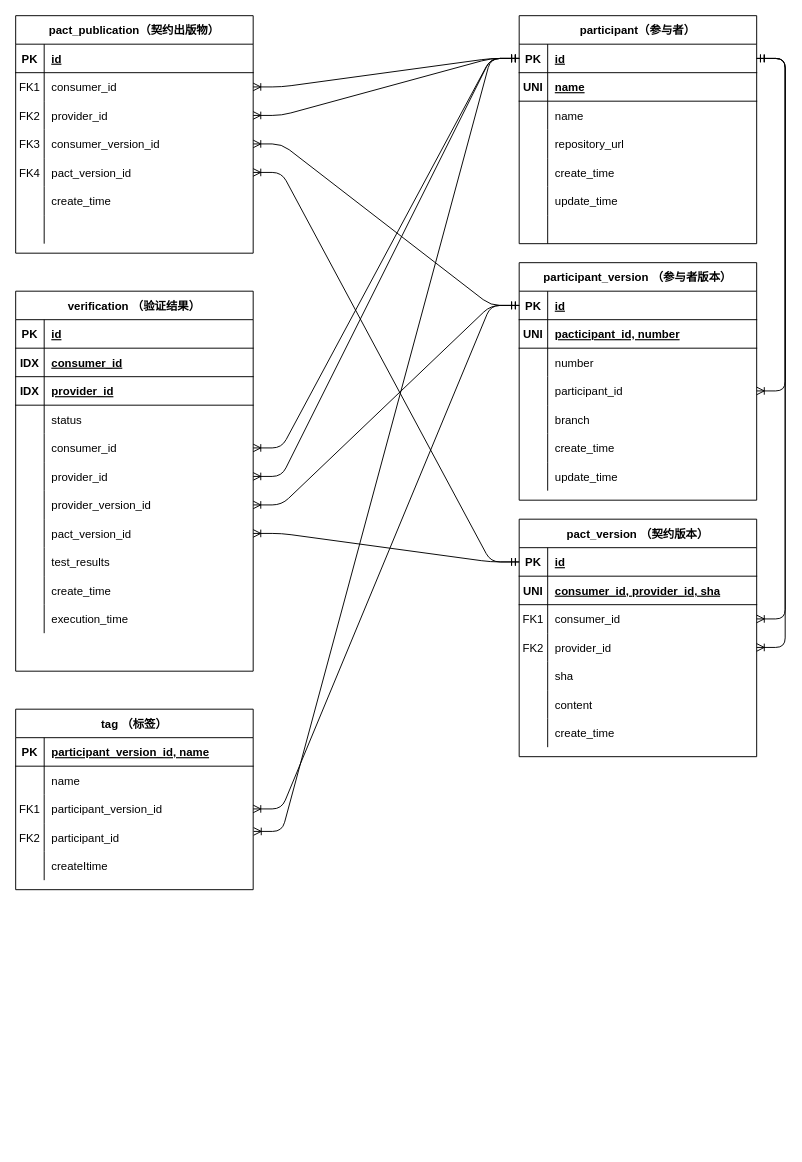
Before: pact.drawio in panda-win/pact, a draw.io diagram. Source tidied: cells renumbered, new cells numbered last; positions are measured from the earlier drawing's top-left corner, leaving out a move shared by most shapes. Both pictures are drawn from the tidied source at 95%, with x=0, y=0 at pixel (15, 15).
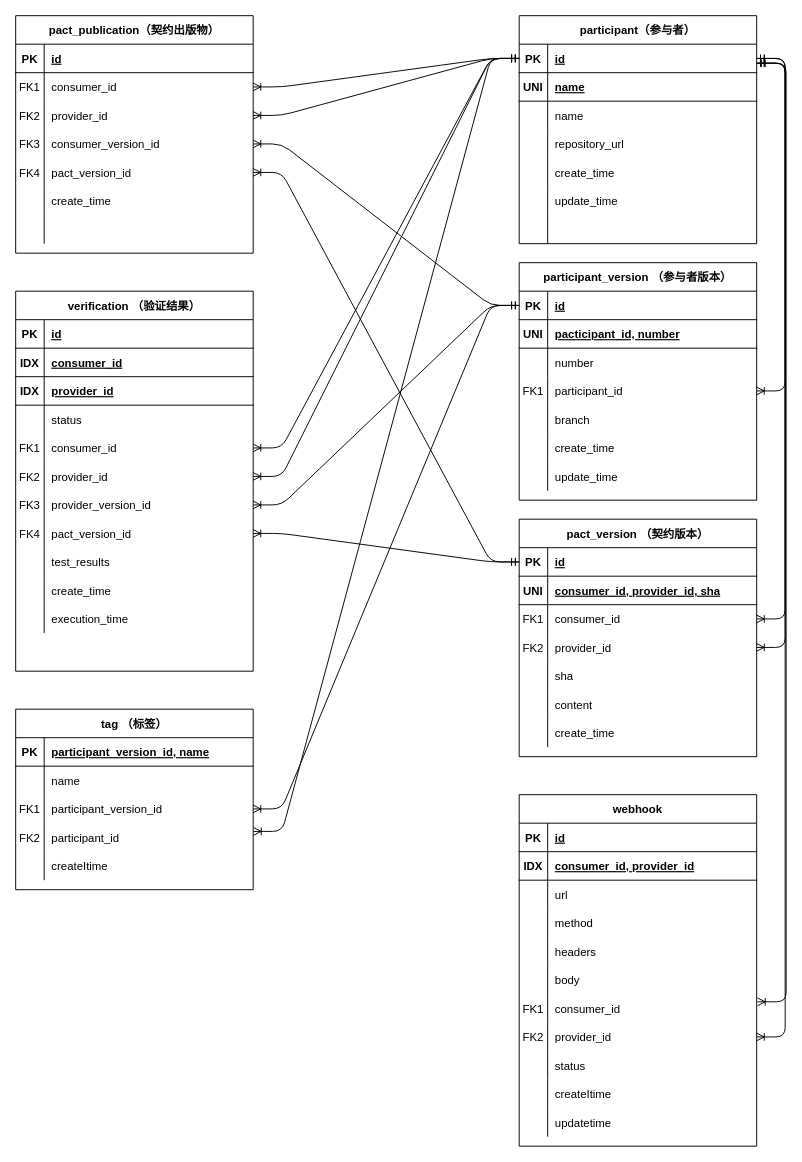
After the change.

Unchanged cells that the change refers to:
```xml
<mxCell id="34" style="shape=partialRectangle;fillColor=none;points=[[0,0.5],[1,0.5]];portConstraint=eastwest;top=0;left=0;right=0;bottom=0;" parent="24" vertex="1">
  <mxGeometry y="120" width="250" height="30" as="geometry" />
</mxCell>
<mxCell id="47" style="shape=partialRectangle;fillColor=none;points=[[0,0.5],[1,0.5]];portConstraint=eastwest;top=0;left=0;right=0;bottom=1;" parent="46" vertex="1">
  <mxGeometry y="30" width="250" height="30" as="geometry" />
</mxCell>
<mxCell id="108" style="shape=partialRectangle;fillColor=none;top=0;left=0;bottom=0;right=0;points=[[0,0.5],[1,0.5]];portConstraint=eastwest;" parent="95" vertex="1">
  <mxGeometry y="150" width="250" height="30" as="geometry" />
</mxCell>
<mxCell id="111" style="shape=partialRectangle;fillColor=none;top=0;left=0;bottom=0;right=0;points=[[0,0.5],[1,0.5]];portConstraint=eastwest;" parent="95" vertex="1">
  <mxGeometry y="180" width="250" height="30" as="geometry" />
</mxCell>
<mxCell id="114" style="shape=partialRectangle;fillColor=none;top=0;left=0;bottom=0;right=0;points=[[0,0.5],[1,0.5]];portConstraint=eastwest;" parent="95" vertex="1">
  <mxGeometry y="210" width="250" height="30" as="geometry" />
</mxCell>
<mxCell id="117" style="shape=partialRectangle;fillColor=none;top=0;left=0;bottom=0;right=0;points=[[0,0.5],[1,0.5]];portConstraint=eastwest;" parent="95" vertex="1">
  <mxGeometry y="240" width="250" height="30" as="geometry" />
</mxCell>
```

Diff of the diagram source:
```diff
@@
-    <mxCell id="35" style="shape=partialRectangle;overflow=hidden;fillColor=none;top=0;left=0;bottom=0;right=0;" parent="34" vertex="1">
+    <mxCell id="35" value="FK1" style="shape=partialRectangle;overflow=hidden;fillColor=none;top=0;left=0;bottom=0;right=0;" parent="34" vertex="1">
       <mxGeometry width="30" height="30" as="geometry" />
     </mxCell>
@@
-    <mxCell id="109" style="shape=partialRectangle;fillColor=none;top=0;left=0;bottom=0;right=0;overflow=hidden;" parent="108" vertex="1">
+    <mxCell id="109" value="FK1" style="shape=partialRectangle;fillColor=none;top=0;left=0;bottom=0;right=0;overflow=hidden;" parent="108" vertex="1">
       <mxGeometry width="30" height="30" as="geometry" />
     </mxCell>
@@
-    <mxCell id="112" style="shape=partialRectangle;fillColor=none;top=0;left=0;bottom=0;right=0;overflow=hidden;" parent="111" vertex="1">
+    <mxCell id="112" value="FK2" style="shape=partialRectangle;fillColor=none;top=0;left=0;bottom=0;right=0;overflow=hidden;" parent="111" vertex="1">
       <mxGeometry width="30" height="30" as="geometry" />
     </mxCell>
@@
-    <mxCell id="115" style="shape=partialRectangle;fillColor=none;top=0;left=0;bottom=0;right=0;overflow=hidden;" parent="114" vertex="1">
+    <mxCell id="115" value="FK3" style="shape=partialRectangle;fillColor=none;top=0;left=0;bottom=0;right=0;overflow=hidden;" parent="114" vertex="1">
       <mxGeometry width="30" height="30" as="geometry" />
     </mxCell>
@@
-    <mxCell id="118" style="shape=partialRectangle;fillColor=none;top=0;left=0;bottom=0;right=0;overflow=hidden;" parent="117" vertex="1">
+    <mxCell id="118" value="FK4" style="shape=partialRectangle;fillColor=none;top=0;left=0;bottom=0;right=0;overflow=hidden;" parent="117" vertex="1">
       <mxGeometry width="30" height="30" as="geometry" />
     </mxCell>
@@
-    <mxCell id="132" style="edgeStyle=entityRelationEdgeStyle;fontSize=12;html=1;endArrow=ERoneToMany;startArrow=ERmandOne;entryX=1;entryY=0.5;entryDx=0;entryDy=0;exitX=1;exitY=0.5;exitDx=0;exitDy=0;" parent="1" edge="1" source="47" target="34">
-      <mxGeometry relative="1" as="geometry" />
+    <mxCell id="132" style="edgeStyle=entityRelationEdgeStyle;fontSize=12;html=1;endArrow=ERoneToMany;startArrow=ERmandOne;entryX=1;entryY=0.5;entryDx=0;entryDy=0;" parent="1" edge="1" target="34">
+      <mxGeometry relative="1" as="geometry">
+        <mxPoint x="780" y="50" as="sourcePoint" />
+      </mxGeometry>
     </mxCell>
@@
+    <mxCell id="153" value="webhook" style="shape=table;startSize=30;childLayout=tableLayout;rowLines=0;fontStyle=1;align=center;" parent="1" vertex="1">
+      <mxGeometry x="530" y="820" width="250" height="370" as="geometry" />
+    </mxCell>
+    <mxCell id="154" style="shape=partialRectangle;fillColor=none;top=0;left=0;bottom=1;right=0;" parent="153" vertex="1">
+      <mxGeometry y="30" width="250" height="30" as="geometry" />
+    </mxCell>
+    <mxCell id="155" value="PK" style="shape=partialRectangle;fillColor=none;top=0;left=0;bottom=0;right=0;fontStyle=1;overflow=hidden;" parent="154" vertex="1">
+      <mxGeometry width="30" height="30" as="geometry" />
+    </mxCell>
+    <mxCell id="156" value="id" style="shape=partialRectangle;fillColor=none;top=0;left=0;bottom=0;right=0;align=left;spacingLeft=6;fontStyle=5;overflow=hidden;" parent="154" vertex="1">
+      <mxGeometry x="30" width="220" height="30" as="geometry" />
+    </mxCell>
+    <mxCell id="157" style="shape=partialRectangle;fillColor=none;top=0;left=0;bottom=1;right=0;" parent="153" vertex="1">
+      <mxGeometry y="60" width="250" height="30" as="geometry" />
+    </mxCell>
+    <mxCell id="158" value="IDX" style="shape=partialRectangle;fillColor=none;top=0;left=0;bottom=0;right=0;fontStyle=1;overflow=hidden;" parent="157" vertex="1">
+      <mxGeometry width="30" height="30" as="geometry" />
+    </mxCell>
+    <mxCell id="159" value="consumer_id, provider_id" style="shape=partialRectangle;fillColor=none;top=0;left=0;bottom=0;right=0;align=left;spacingLeft=6;fontStyle=5;overflow=hidden;" parent="157" vertex="1">
+      <mxGeometry x="30" width="220" height="30" as="geometry" />
+    </mxCell>
+    <mxCell id="160" style="shape=partialRectangle;fillColor=none;top=0;left=0;bottom=0;right=0;" parent="153" vertex="1">
+      <mxGeometry y="90" width="250" height="30" as="geometry" />
+    </mxCell>
+    <mxCell id="161" style="shape=partialRectangle;fillColor=none;top=0;left=0;bottom=0;right=0;overflow=hidden;" parent="160" vertex="1">
+      <mxGeometry width="30" height="30" as="geometry" />
+    </mxCell>
+    <mxCell id="162" value="url" style="shape=partialRectangle;fillColor=none;top=0;left=0;bottom=0;right=0;align=left;spacingLeft=6;overflow=hidden;" parent="160" vertex="1">
+      <mxGeometry x="30" width="220" height="30" as="geometry" />
+    </mxCell>
+    <mxCell id="163" style="shape=partialRectangle;fillColor=none;top=0;left=0;bottom=0;right=0;" parent="153" vertex="1">
+      <mxGeometry y="120" width="250" height="30" as="geometry" />
+    </mxCell>
+    <mxCell id="164" style="shape=partialRectangle;fillColor=none;top=0;left=0;bottom=0;right=0;overflow=hidden;" parent="163" vertex="1">
+      <mxGeometry width="30" height="30" as="geometry" />
+    </mxCell>
+    <mxCell id="165" value="method" style="shape=partialRectangle;fillColor=none;top=0;left=0;bottom=0;right=0;align=left;spacingLeft=6;overflow=hidden;" parent="163" vertex="1">
+      <mxGeometry x="30" width="220" height="30" as="geometry" />
+    </mxCell>
+    <mxCell id="166" style="shape=partialRectangle;fillColor=none;top=0;left=0;bottom=0;right=0;" parent="153" vertex="1">
+      <mxGeometry y="150" width="250" height="30" as="geometry" />
+    </mxCell>
+    <mxCell id="167" style="shape=partialRectangle;fillColor=none;top=0;left=0;bottom=0;right=0;overflow=hidden;" parent="166" vertex="1">
+      <mxGeometry width="30" height="30" as="geometry" />
+    </mxCell>
+    <mxCell id="168" value="headers" style="shape=partialRectangle;fillColor=none;top=0;left=0;bottom=0;right=0;align=left;spacingLeft=6;overflow=hidden;" parent="166" vertex="1">
+      <mxGeometry x="30" width="220" height="30" as="geometry" />
+    </mxCell>
+    <mxCell id="169" style="shape=partialRectangle;fillColor=none;top=0;left=0;bottom=0;right=0;" parent="153" vertex="1">
+      <mxGeometry y="180" width="250" height="30" as="geometry" />
+    </mxCell>
+    <mxCell id="170" style="shape=partialRectangle;fillColor=none;top=0;left=0;bottom=0;right=0;overflow=hidden;" parent="169" vertex="1">
+      <mxGeometry width="30" height="30" as="geometry" />
+    </mxCell>
+    <mxCell id="171" value="body" style="shape=partialRectangle;fillColor=none;top=0;left=0;bottom=0;right=0;align=left;spacingLeft=6;overflow=hidden;" parent="169" vertex="1">
+      <mxGeometry x="30" width="220" height="30" as="geometry" />
+    </mxCell>
+    <mxCell id="172" style="shape=partialRectangle;fillColor=none;top=0;left=0;bottom=0;right=0;points=[[0,0.5],[1,0.5]];portConstraint=eastwest;" parent="153" vertex="1">
+      <mxGeometry y="210" width="250" height="30" as="geometry" />
+    </mxCell>
+    <mxCell id="173" value="FK1" style="shape=partialRectangle;fillColor=none;top=0;left=0;bottom=0;right=0;overflow=hidden;" parent="172" vertex="1">
+      <mxGeometry width="30" height="30" as="geometry" />
+    </mxCell>
+    <mxCell id="174" value="consumer_id" style="shape=partialRectangle;fillColor=none;top=0;left=0;bottom=0;right=0;align=left;spacingLeft=6;overflow=hidden;" parent="172" vertex="1">
+      <mxGeometry x="30" width="220" height="30" as="geometry" />
+    </mxCell>
+    <mxCell id="175" style="shape=partialRectangle;fillColor=none;top=0;left=0;bottom=0;right=0;points=[[0,0.5],[1,0.5]];portConstraint=eastwest;" parent="153" vertex="1">
+      <mxGeometry y="240" width="250" height="30" as="geometry" />
+    </mxCell>
+    <mxCell id="176" value="FK2" style="shape=partialRectangle;fillColor=none;top=0;left=0;bottom=0;right=0;overflow=hidden;" parent="175" vertex="1">
+      <mxGeometry width="30" height="30" as="geometry" />
+    </mxCell>
+    <mxCell id="177" value="provider_id" style="shape=partialRectangle;fillColor=none;top=0;left=0;bottom=0;right=0;align=left;spacingLeft=6;overflow=hidden;" parent="175" vertex="1">
+      <mxGeometry x="30" width="220" height="30" as="geometry" />
+    </mxCell>
+    <mxCell id="178" style="shape=partialRectangle;fillColor=none;top=0;left=0;bottom=0;right=0;" parent="153" vertex="1">
+      <mxGeometry y="270" width="250" height="30" as="geometry" />
+    </mxCell>
+    <mxCell id="179" style="shape=partialRectangle;fillColor=none;top=0;left=0;bottom=0;right=0;overflow=hidden;" parent="178" vertex="1">
+      <mxGeometry width="30" height="30" as="geometry" />
+    </mxCell>
+    <mxCell id="180" value="status" style="shape=partialRectangle;fillColor=none;top=0;left=0;bottom=0;right=0;align=left;spacingLeft=6;overflow=hidden;" parent="178" vertex="1">
+      <mxGeometry x="30" width="220" height="30" as="geometry" />
+    </mxCell>
+    <mxCell id="181" style="shape=partialRectangle;fillColor=none;top=0;left=0;bottom=0;right=0;" parent="153" vertex="1">
+      <mxGeometry y="300" width="250" height="30" as="geometry" />
+    </mxCell>
+    <mxCell id="182" style="shape=partialRectangle;fillColor=none;top=0;left=0;bottom=0;right=0;overflow=hidden;" parent="181" vertex="1">
+      <mxGeometry width="30" height="30" as="geometry" />
+    </mxCell>
+    <mxCell id="183" value="createItime" style="shape=partialRectangle;fillColor=none;top=0;left=0;bottom=0;right=0;align=left;spacingLeft=6;overflow=hidden;" parent="181" vertex="1">
+      <mxGeometry x="30" width="220" height="30" as="geometry" />
+    </mxCell>
+    <mxCell id="184" style="shape=partialRectangle;fillColor=none;top=0;left=0;bottom=0;right=0;" parent="153" vertex="1">
+      <mxGeometry y="330" width="250" height="30" as="geometry" />
+    </mxCell>
+    <mxCell id="185" style="shape=partialRectangle;fillColor=none;top=0;left=0;bottom=0;right=0;overflow=hidden;" parent="184" vertex="1">
+      <mxGeometry width="30" height="30" as="geometry" />
+    </mxCell>
+    <mxCell id="186" value="updatetime" style="shape=partialRectangle;fillColor=none;top=0;left=0;bottom=0;right=0;align=left;spacingLeft=6;overflow=hidden;" parent="184" vertex="1">
+      <mxGeometry x="30" width="220" height="30" as="geometry" />
+    </mxCell>
+    <mxCell id="187" style="edgeStyle=entityRelationEdgeStyle;fontSize=12;html=1;endArrow=ERoneToMany;startArrow=ERmandOne;entryX=1.004;entryY=0.267;entryDx=0;entryDy=0;entryPerimeter=0;" parent="1" edge="1" target="172">
+      <mxGeometry relative="1" as="geometry">
+        <mxPoint x="781" y="50" as="sourcePoint" />
+      </mxGeometry>
+    </mxCell>
+    <mxCell id="188" style="edgeStyle=entityRelationEdgeStyle;fontSize=12;html=1;endArrow=ERoneToMany;startArrow=ERmandOne;entryX=1;entryY=0.5;entryDx=0;entryDy=0;" parent="1" edge="1" target="175">
+      <mxGeometry relative="1" as="geometry">
+        <mxPoint x="780" y="50" as="sourcePoint" />
+      </mxGeometry>
+    </mxCell>
```
